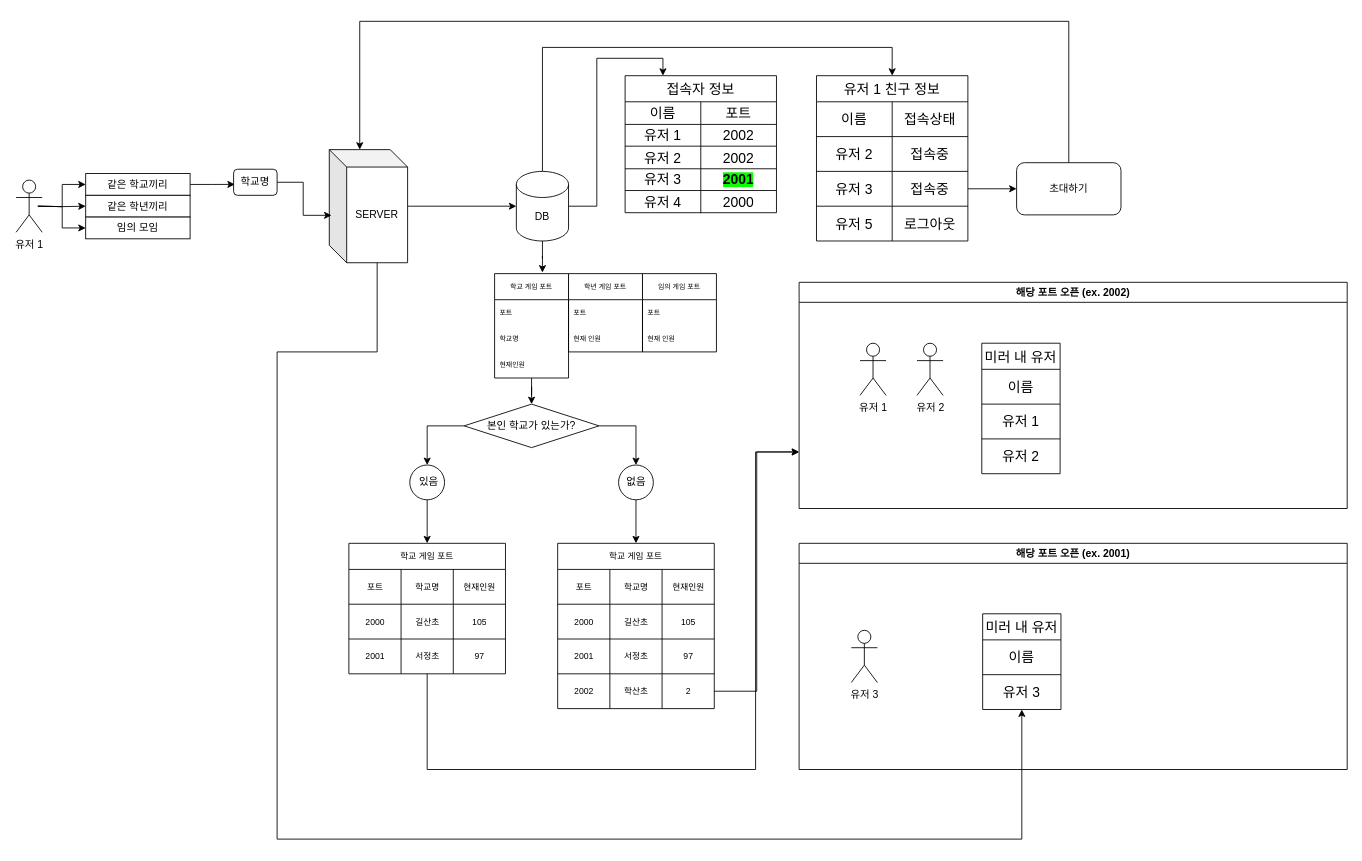
Before: files/book_fruit.drawio in HiImYong/draw.io, a draw.io diagram. Source tidied: cells renumbered, new cells numbered last; positions are measured from the earlier drawing's top-left corner, leaving out a move shared by most shapes. Both pictures are drawn from the tidied source at 87%, with x=0, y=0 at pixel (16, 21).
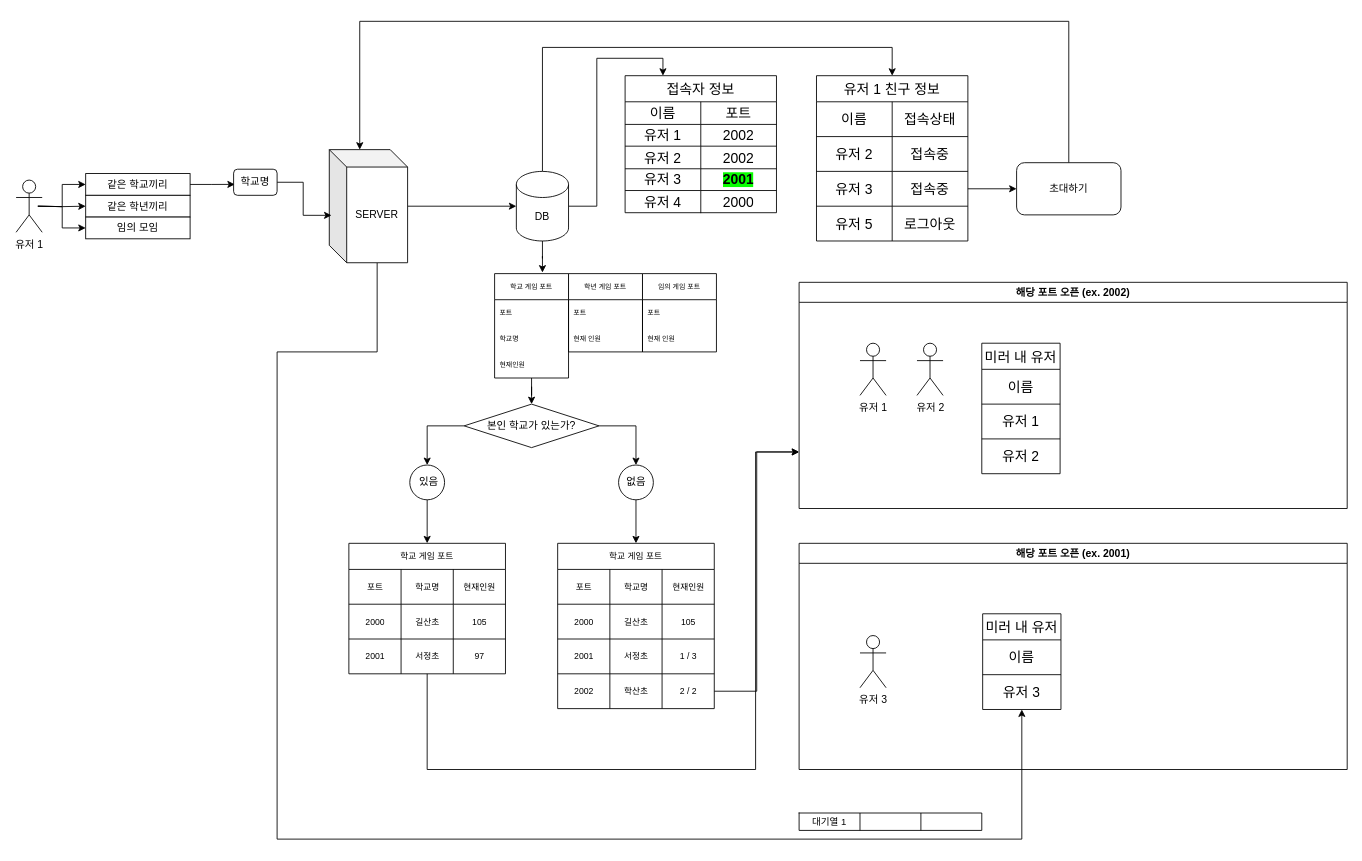
Above is the later version.

The change refers to these unchanged cells:
```xml
<mxCell id="50" style="shape=tableRow;horizontal=0;startSize=0;swimlaneHead=0;swimlaneBody=0;strokeColor=inherit;top=0;left=0;bottom=0;right=0;fillColor=none;fontSize=10;" parent="41" vertex="1">
  <mxGeometry y="110" width="180" height="40" as="geometry" />
</mxCell>
<mxCell id="54" style="shape=tableRow;horizontal=0;startSize=0;swimlaneHead=0;swimlaneBody=0;strokeColor=inherit;top=0;left=0;bottom=0;right=0;fillColor=none;points=[[0,0.5],[1,0.5]];portConstraint=eastwest;fontSize=10;" parent="41" vertex="1">
  <mxGeometry y="150" width="180" height="40" as="geometry" />
</mxCell>
<mxCell id="109" value="해당 포트 오픈 (ex. 2001)" style="swimlane;whiteSpace=wrap;html=1;" parent="1" vertex="1">
  <mxGeometry x="900" y="600" width="630" height="260" as="geometry" />
</mxCell>
```

Change to the diagram source:
```diff
@@
-    <mxCell id="53" value="97" style="shape=partialRectangle;html=1;whiteSpace=wrap;strokeColor=inherit;overflow=hidden;fillColor=none;top=0;left=0;bottom=0;right=0;fontSize=10;" parent="50" vertex="1">
+    <mxCell id="53" value="1 / 3" style="shape=partialRectangle;html=1;whiteSpace=wrap;strokeColor=inherit;overflow=hidden;fillColor=none;top=0;left=0;bottom=0;right=0;fontSize=10;" parent="50" vertex="1">
       <mxGeometry x="120" width="60" height="40" as="geometry" />
     </mxCell>
@@
-    <mxCell id="57" value="2" style="shape=partialRectangle;html=1;whiteSpace=wrap;strokeColor=inherit;overflow=hidden;fillColor=none;top=0;left=0;bottom=0;right=0;fontSize=10;" parent="54" vertex="1">
+    <mxCell id="57" value="2 / 2" style="shape=partialRectangle;html=1;whiteSpace=wrap;strokeColor=inherit;overflow=hidden;fillColor=none;top=0;left=0;bottom=0;right=0;fontSize=10;" parent="54" vertex="1">
       <mxGeometry x="120" width="60" height="40" as="geometry" />
     </mxCell>
@@
     <mxCell id="110" value="유저 3" style="shape=umlActor;verticalLabelPosition=bottom;verticalAlign=top;html=1;" parent="109" vertex="1">
-      <mxGeometry x="60" y="100" width="30" height="60" as="geometry" />
+      <mxGeometry x="70" y="106" width="30" height="60" as="geometry" />
     </mxCell>
@@
+    <mxCell id="119" style="shape=table;startSize=0;childLayout=tableLayout;fontSize=12;" parent="1" vertex="1">
+      <mxGeometry x="900" y="910" width="210" height="20" as="geometry" />
+    </mxCell>
+    <mxCell id="120" style="shape=tableRow;horizontal=0;startSize=0;swimlaneHead=0;swimlaneBody=0;strokeColor=inherit;top=0;left=0;bottom=0;right=0;fillColor=none;fontSize=16;" parent="119" vertex="1">
+      <mxGeometry width="210" height="20" as="geometry" />
+    </mxCell>
+    <mxCell id="121" value="대기열 1" style="shape=partialRectangle;html=1;whiteSpace=wrap;strokeColor=inherit;overflow=hidden;fillColor=none;top=0;left=0;bottom=0;right=0;fontSize=11;" parent="120" vertex="1">
+      <mxGeometry width="70" height="20" as="geometry" />
+    </mxCell>
+    <mxCell id="122" style="shape=partialRectangle;html=1;whiteSpace=wrap;strokeColor=inherit;overflow=hidden;fillColor=none;top=0;left=0;bottom=0;right=0;fontSize=16;" parent="120" vertex="1">
+      <mxGeometry x="70" width="70" height="20" as="geometry" />
+    </mxCell>
+    <mxCell id="123" style="shape=partialRectangle;html=1;whiteSpace=wrap;strokeColor=inherit;overflow=hidden;fillColor=none;top=0;left=0;bottom=0;right=0;fontSize=16;" parent="120" vertex="1">
+      <mxGeometry x="140" width="70" height="20" as="geometry" />
+    </mxCell>
```
